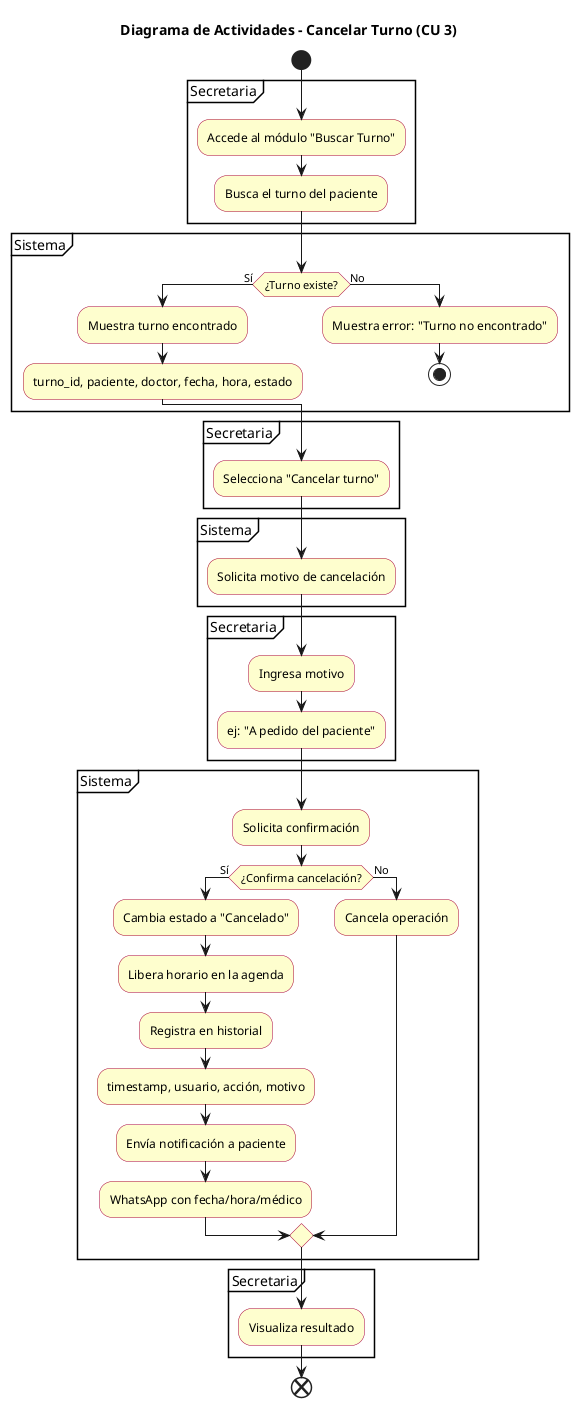
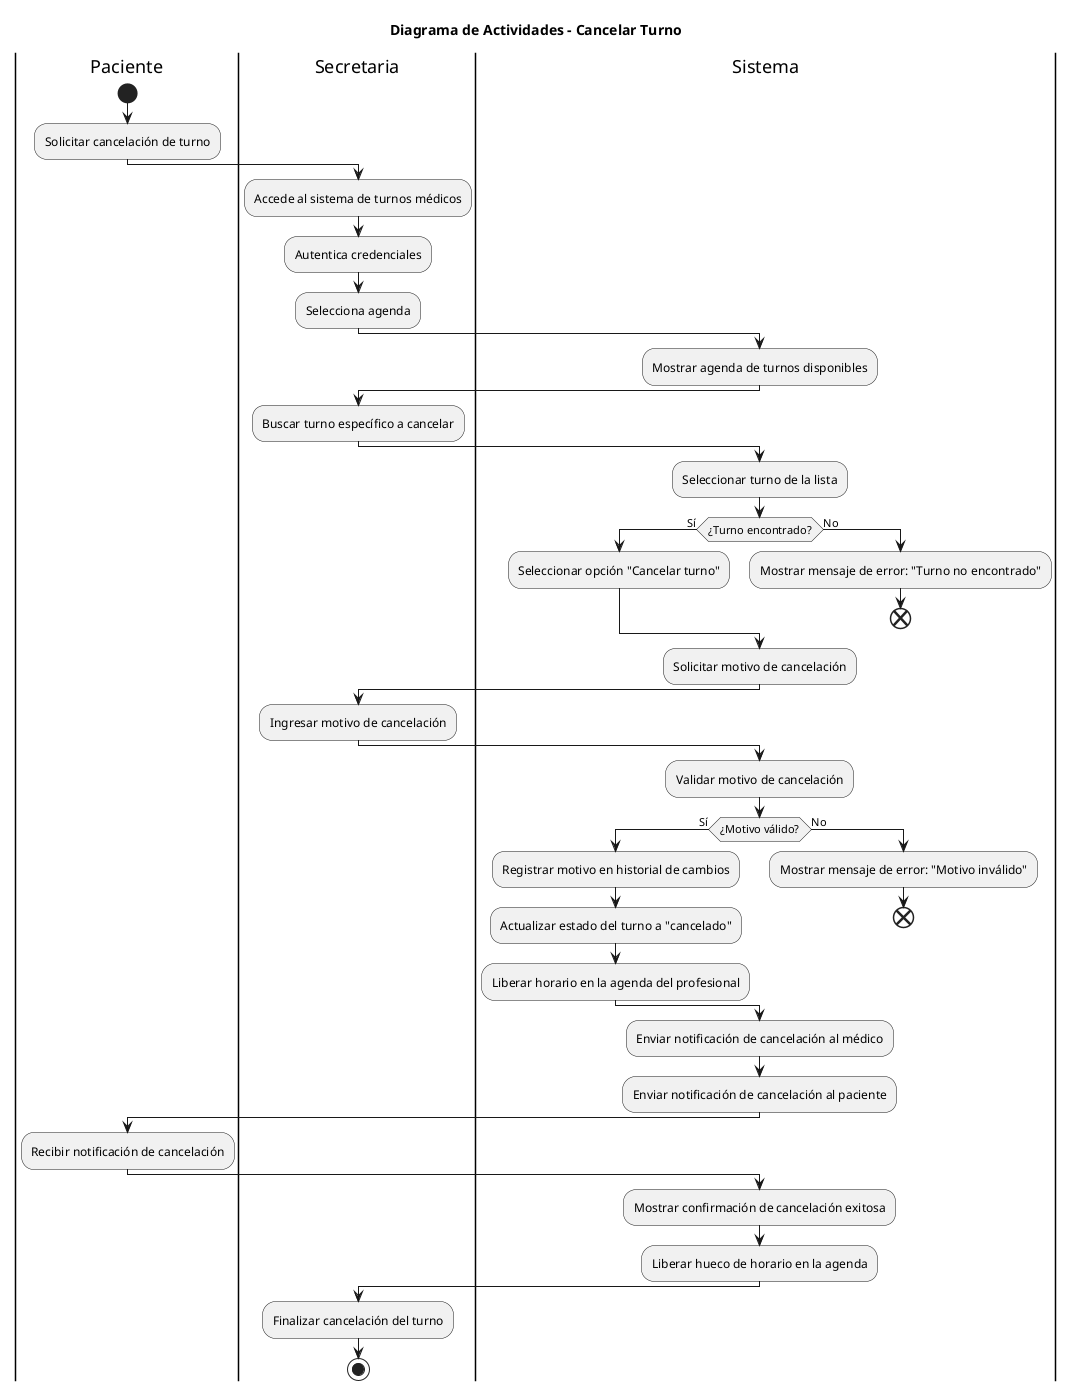
- @startuml
- title Diagrama de Actividades - Cancelar Turno (CU 3)
+ @startuml Cancelar Turno

- skinparam ActivityBackgroundColor #FEFECE
- skinparam ActivityBorderColor #A80036
- skinparam ActivityFontColor #000000
+ title Diagrama de Actividades - Cancelar Turno
+ |Paciente|

start
- partition Secretaria {
-   :Accede al módulo "Buscar Turno";
-   :Busca el turno del paciente;
- }
+ :Solicitar cancelación de turno;
+ |Secretaria|
+ :Accede al sistema de turnos médicos;
+ :Autentica credenciales;
+ :Selecciona agenda;

- partition Sistema {
-   if (¿Turno existe?) then (Sí)
-     :Muestra turno encontrado;
-     :turno_id, paciente, doctor, fecha, hora, estado;
-   else (No)
-     :Muestra error: "Turno no encontrado";
-     stop
-   endif
- }
+ |Sistema|
+ :Mostrar agenda de turnos disponibles;

- partition Secretaria {
-   :Selecciona "Cancelar turno";
- }
+ |Secretaria|
+ :Buscar turno específico a cancelar;
+  |Sistema|
+ :Seleccionar turno de la lista;

- partition Sistema {
-   :Solicita motivo de cancelación;
- }
+ if (¿Turno encontrado?) then (Sí)
+     :Seleccionar opción "Cancelar turno";
+ else (No)
+     :Mostrar mensaje de error: "Turno no encontrado";
+     end
+ endif

- partition Secretaria {
-   :Ingresa motivo;
-   :ej: "A pedido del paciente";
- }
+ :Solicitar motivo de cancelación;

- partition Sistema {
-   :Solicita confirmación;
-   if (¿Confirma cancelación?) then (Sí)
-     :Cambia estado a "Cancelado";
-     :Libera horario en la agenda;
-     :Registra en historial;
-     :timestamp, usuario, acción, motivo;
-     :Envía notificación a paciente;
-     :WhatsApp con fecha/hora/médico;
-   else (No)
-     :Cancela operación;
-   endif
- }
+ |Secretaria|
+ :Ingresar motivo de cancelación;

- partition Secretaria {
-   :Visualiza resultado;
- }
+ |Sistema|
+ :Validar motivo de cancelación;

- end
- @enduml
+ if (¿Motivo válido?) then (Sí)
+     :Registrar motivo en historial de cambios;
+     :Actualizar estado del turno a "cancelado";
+     :Liberar horario en la agenda del profesional;
+ else (No)
+     :Mostrar mensaje de error: "Motivo inválido";
+     end
+ endif
+ 
+ |Sistema|
+ :Enviar notificación de cancelación al médico;
+ :Enviar notificación de cancelación al paciente;
+ 
+ 
+ |Paciente|
+ :Recibir notificación de cancelación;
+ 
+ |Sistema|
+ :Mostrar confirmación de cancelación exitosa;
+ :Liberar hueco de horario en la agenda;
+ 
+ |Secretaria|
+ :Finalizar cancelación del turno;
+ 
+ stop
+ 
+ @enduml